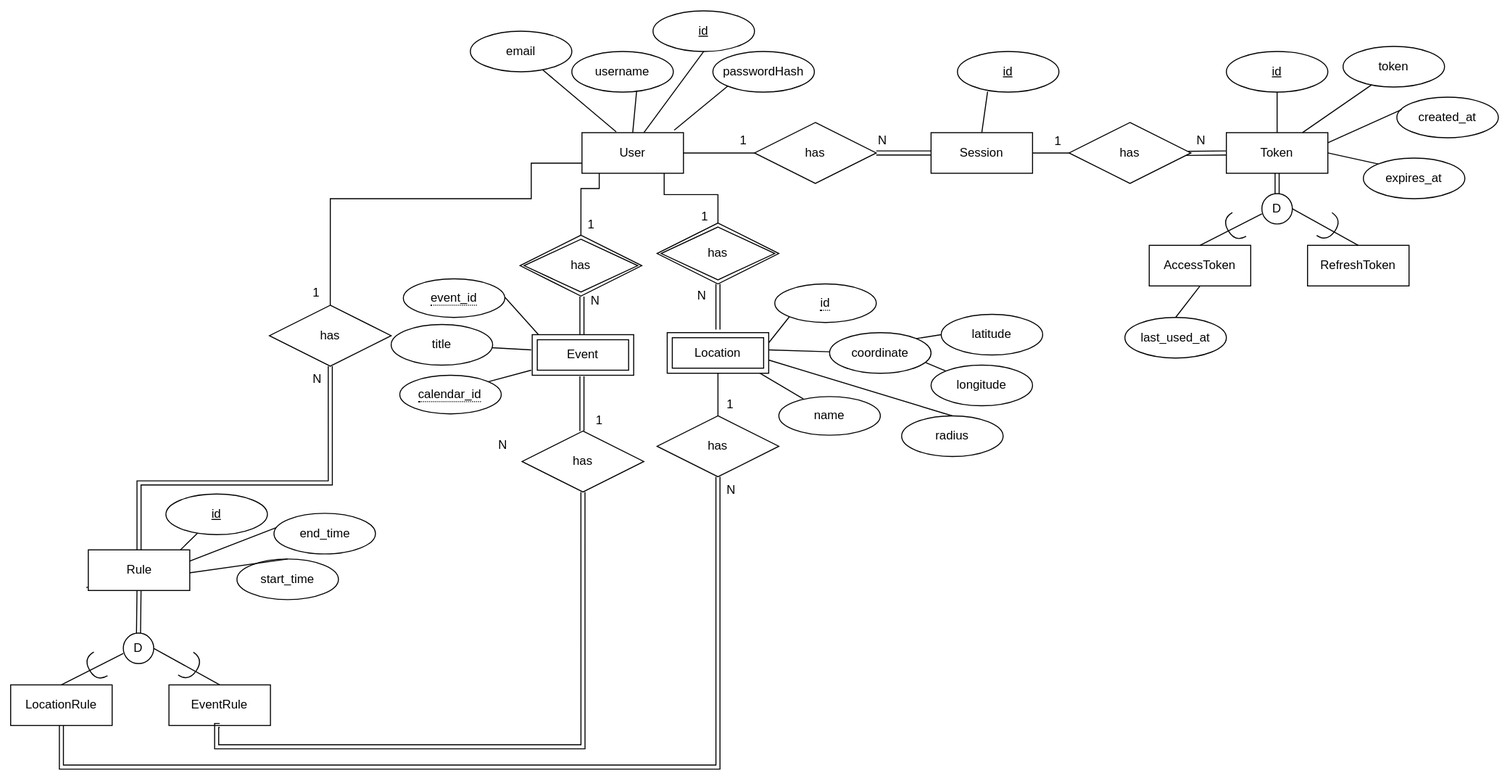
The draw.io diagram docs/er.drawio.svg in GoncaloRibeiro6533/TASA, before a commit. Source tidied: cells renumbered, new cells last; positions are measured from the earlier drawing's top-left corner, leaving out a move shared by most shapes.
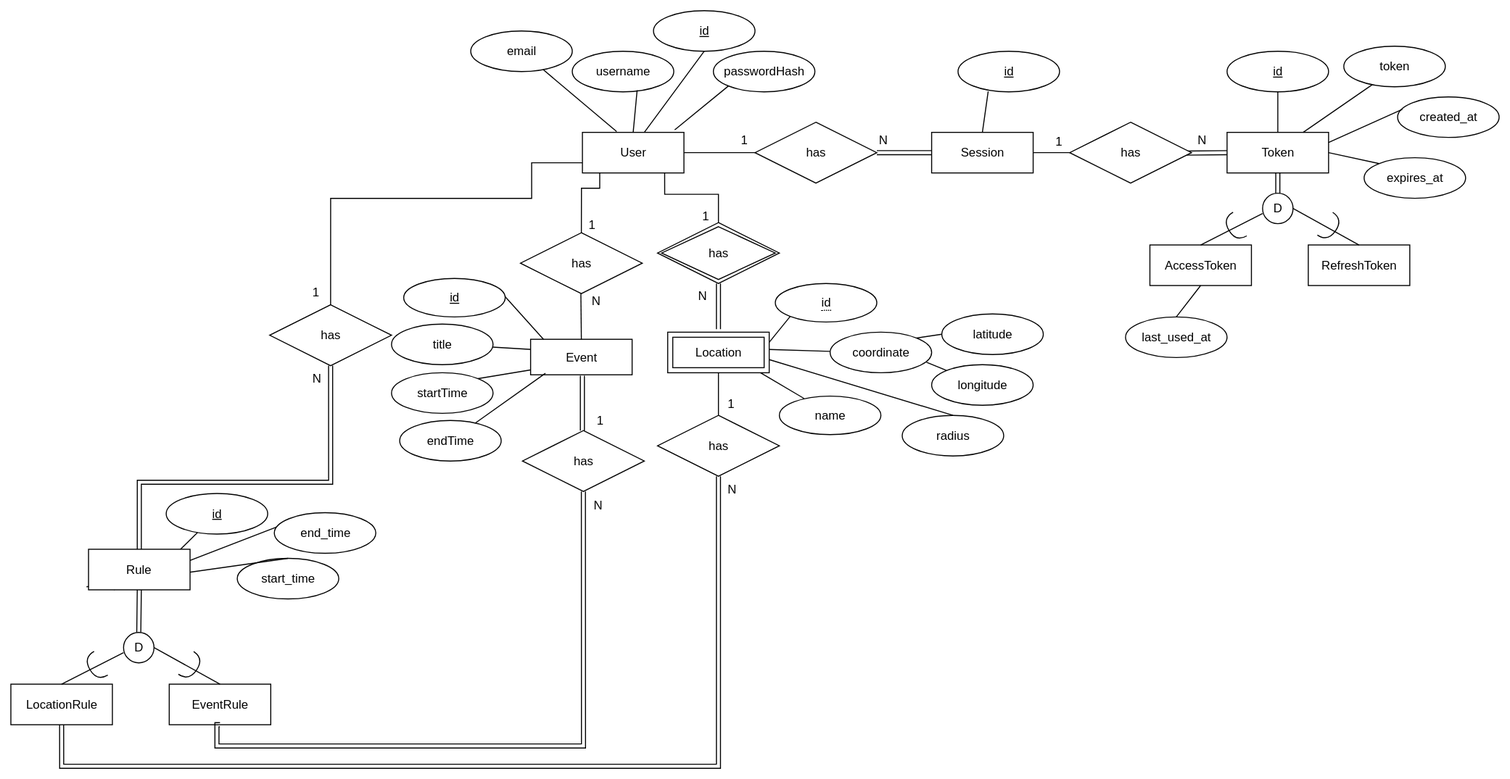
After the commit.

The edit, as a diff of the source:
```diff
@@ -258,12 +258,6 @@
         <mxPoint x="487" y="282" as="targetPoint" />
       </mxGeometry>
     </mxCell>
-    <mxCell id="76" style="endArrow=none;html=1;rounded=0;exitX=0.5;exitY=1;exitDx=0;exitDy=0;entryX=0.5;entryY=0;entryDx=0;entryDy=0;shape=link;labelBackgroundColor=none;fontColor=default;" parent="1" edge="1">
-      <mxGeometry relative="1" as="geometry">
-        <mxPoint x="563" y="281.5" as="sourcePoint" />
-        <mxPoint x="563" y="324" as="targetPoint" />
-      </mxGeometry>
-    </mxCell>
     <mxCell id="77" value="has" style="shape=rhombus;perimeter=rhombusPerimeter;whiteSpace=wrap;html=1;align=center;labelBackgroundColor=none;" parent="1" vertex="1">
       <mxGeometry x="504" y="414" width="120" height="60" as="geometry" />
     </mxCell>
@@ -277,7 +271,7 @@
       <mxGeometry x="571" y="390" width="20" height="30" as="geometry" />
     </mxCell>
     <mxCell id="80" value="N" style="text;strokeColor=none;fillColor=none;spacingLeft=4;spacingRight=4;overflow=hidden;fontSize=12;whiteSpace=wrap;html=1;labelBackgroundColor=none;" parent="1" vertex="1">
-      <mxGeometry x="475" y="414" width="20" height="30" as="geometry" />
+      <mxGeometry x="568" y="474" width="20" height="30" as="geometry" />
     </mxCell>
     <mxCell id="81" value="title" style="ellipse;whiteSpace=wrap;html=1;align=center;labelBackgroundColor=none;" parent="1" vertex="1">
       <mxGeometry x="375" y="309" width="100" height="40" as="geometry" />
@@ -287,24 +281,14 @@
         <mxPoint x="513" y="334" as="sourcePoint" />
       </mxGeometry>
     </mxCell>
-    <mxCell id="83" style="endArrow=none;html=1;rounded=0;exitX=0;exitY=0.75;exitDx=0;exitDy=0;entryX=1;entryY=0;entryDx=0;entryDy=0;labelBackgroundColor=none;fontColor=default;" parent="1" edge="1">
+    <mxCell id="83" style="endArrow=none;html=1;rounded=0;exitX=0;exitY=0.75;exitDx=0;exitDy=0;entryX=1;entryY=0;entryDx=0;entryDy=0;labelBackgroundColor=none;fontColor=default;" parent="1" edge="1" target="104">
       <mxGeometry relative="1" as="geometry">
         <mxPoint x="513" y="354" as="sourcePoint" />
-        <mxPoint x="468.8" y="365.9" as="targetPoint" />
       </mxGeometry>
     </mxCell>
-    <mxCell id="84" value="Event" style="shape=ext;margin=3;double=1;whiteSpace=wrap;html=1;align=center;labelBackgroundColor=none;" parent="1" vertex="1">
-      <mxGeometry x="514" y="319" width="100" height="40" as="geometry" />
-    </mxCell>
-    <mxCell id="85" value="&lt;span style=&quot;border-bottom: 1px dotted&quot;&gt;event_id&lt;/span&gt;" style="ellipse;whiteSpace=wrap;html=1;align=center;labelBackgroundColor=none;" parent="1" vertex="1">
+    <mxCell id="85" value="&lt;u&gt;id&lt;/u&gt;" style="ellipse;whiteSpace=wrap;html=1;align=center;labelBackgroundColor=none;" parent="1" vertex="1">
       <mxGeometry x="387" y="264" width="100" height="38" as="geometry" />
     </mxCell>
-    <mxCell id="86" value="&lt;span style=&quot;border-bottom: 1px dotted&quot;&gt;calendar_id&lt;/span&gt;" style="ellipse;whiteSpace=wrap;html=1;align=center;labelBackgroundColor=none;" parent="1" vertex="1">
-      <mxGeometry x="383.5" y="359" width="100" height="38" as="geometry" />
-    </mxCell>
-    <mxCell id="87" value="has" style="shape=rhombus;double=1;perimeter=rhombusPerimeter;whiteSpace=wrap;html=1;align=center;labelBackgroundColor=none;" parent="1" vertex="1">
-      <mxGeometry x="502" y="221" width="120" height="60" as="geometry" />
-    </mxCell>
     <mxCell id="88" style="endArrow=none;html=1;rounded=0;entryX=0.81;entryY=1.003;entryDx=0;entryDy=0;edgeStyle=orthogonalEdgeStyle;entryPerimeter=0;exitX=0.5;exitY=0;exitDx=0;exitDy=0;labelBackgroundColor=none;fontColor=default;" parent="1" edge="1" source="40" target="2">
       <mxGeometry relative="1" as="geometry">
         <Array as="points">
@@ -322,8 +306,9 @@
         </Array>
       </mxGeometry>
     </mxCell>
-    <mxCell id="90" style="endArrow=none;html=1;rounded=0;edgeStyle=orthogonalEdgeStyle;exitX=0.5;exitY=0;exitDx=0;exitDy=0;labelBackgroundColor=none;fontColor=default;" parent="1" edge="1" source="87" target="2">
+    <mxCell id="90" style="endArrow=none;html=1;rounded=0;edgeStyle=orthogonalEdgeStyle;exitX=0.5;exitY=0;exitDx=0;exitDy=0;labelBackgroundColor=none;fontColor=default;" parent="1" edge="1" target="2">
       <mxGeometry relative="1" as="geometry">
+        <mxPoint x="562" y="221" as="sourcePoint" />
         <Array as="points">
           <mxPoint x="562" y="175" />
           <mxPoint x="580" y="175" />
@@ -374,5 +359,25 @@
     <mxCell id="102" style="endArrow=none;html=1;rounded=0;exitX=0.75;exitY=0;exitDx=0;exitDy=0;entryX=0.28;entryY=0.95;entryDx=0;entryDy=0;entryPerimeter=0;labelBackgroundColor=none;fontColor=default;" parent="1" edge="1" source="43" target="101">
       <mxGeometry relative="1" as="geometry" />
     </mxCell>
+    <mxCell id="84" value="Event" style="whiteSpace=wrap;html=1;align=center;labelBackgroundColor=none;" parent="1" vertex="1">
+      <mxGeometry x="512" y="324" width="100" height="35" as="geometry" />
+    </mxCell>
+    <mxCell id="103" style="endArrow=none;html=1;rounded=0;edgeStyle=orthogonalEdgeStyle;exitX=0.5;exitY=0;exitDx=0;exitDy=0;labelBackgroundColor=none;fontColor=default;entryX=0.496;entryY=0.968;entryDx=0;entryDy=0;entryPerimeter=0;" parent="1" edge="1" source="84">
+      <mxGeometry relative="1" as="geometry">
+        <mxPoint x="561.5" y="279.1" as="targetPoint" />
+      </mxGeometry>
+    </mxCell>
+    <mxCell id="87" value="has" style="shape=rhombus;perimeter=rhombusPerimeter;whiteSpace=wrap;html=1;align=center;labelBackgroundColor=none;" parent="1" vertex="1">
+      <mxGeometry x="502" y="219" width="120" height="60" as="geometry" />
+    </mxCell>
+    <mxCell id="104" value="startTime" style="ellipse;whiteSpace=wrap;html=1;align=center;labelBackgroundColor=none;" parent="1" vertex="1">
+      <mxGeometry x="375" y="357" width="100" height="40" as="geometry" />
+    </mxCell>
+    <mxCell id="105" value="endTime" style="ellipse;whiteSpace=wrap;html=1;align=center;labelBackgroundColor=none;" parent="1" vertex="1">
+      <mxGeometry x="383" y="404" width="100" height="40" as="geometry" />
+    </mxCell>
+    <mxCell id="106" style="endArrow=none;html=1;rounded=0;exitX=0.146;exitY=0.958;exitDx=0;exitDy=0;labelBackgroundColor=none;fontColor=default;exitPerimeter=0;" parent="1" edge="1" source="84" target="105">
+      <mxGeometry relative="1" as="geometry" />
+    </mxCell>
   </root>
 </mxGraphModel>
```
